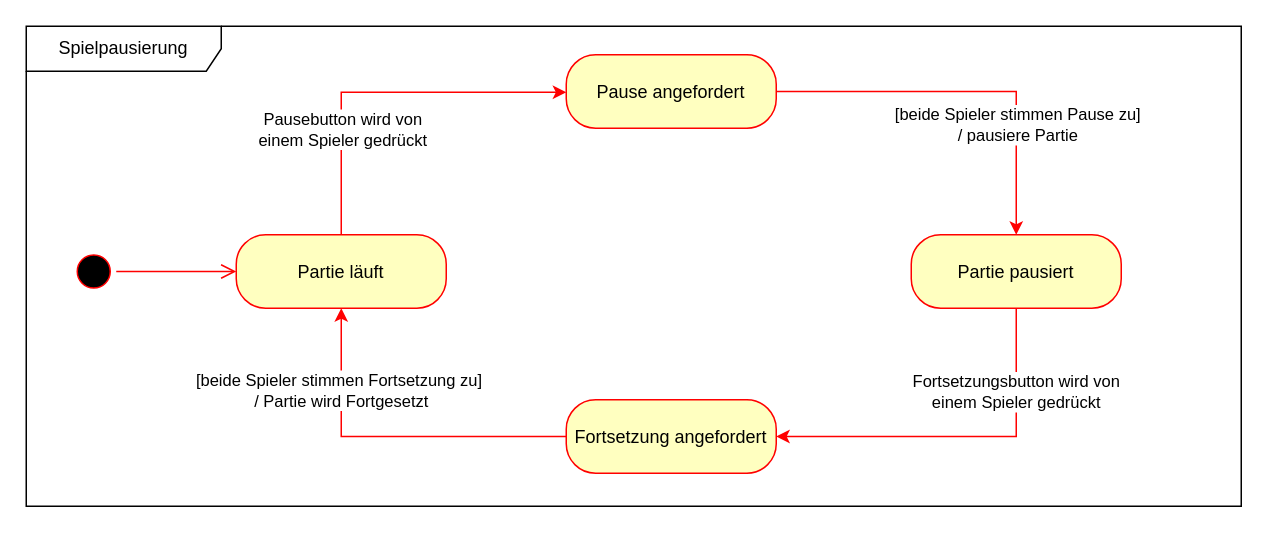
Earlier version of the draw.io diagram page "Pausieren" (4 of 4) of Documentation/Models/milestone2_diagrams.drawio (LeverageAlex/DuneRTS). Source tidied: cells renumbered, new cells numbered last; positions are measured from the earlier drawing's top-left corner, leaving out a move shared by most shapes. Both pictures are drawn from the tidied source at 150%, with x=0, y=0 at pixel (26, 26).
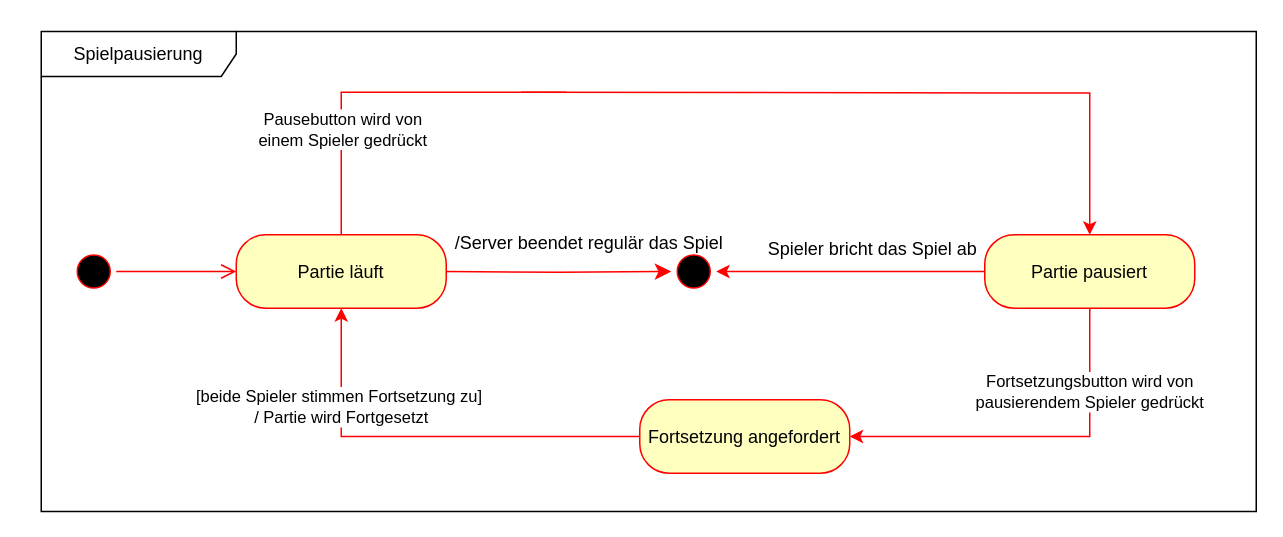
After the change.

The change refers to these unchanged cells:
```xml
<mxCell id="4" value="Partie läuft" style="rounded=1;whiteSpace=wrap;html=1;arcSize=40;fontColor=#000000;fillColor=#ffffc0;strokeColor=#ff0000;shadow=0;" parent="1" vertex="1">
  <mxGeometry x="140" y="139" width="140" height="49" as="geometry" />
</mxCell>
<mxCell id="13" style="edgeStyle=orthogonalEdgeStyle;rounded=0;jettySize=auto;html=1;exitX=0.5;exitY=1;exitDx=0;exitDy=0;entryX=1;entryY=0.5;entryDx=0;entryDy=0;strokeColor=#FF0000;" parent="1" edge="1" source="15" target="12">
  <mxGeometry relative="1" as="geometry" />
</mxCell>
```

What changed in the source:
```diff
@@
-    <mxCell id="2" style="edgeStyle=orthogonalEdgeStyle;rounded=0;jettySize=auto;html=1;strokeColor=#FF0000;" parent="1" edge="1" source="4" target="9">
+    <mxCell id="2" style="edgeStyle=orthogonalEdgeStyle;rounded=0;jettySize=auto;html=1;strokeColor=#FF0000;endArrow=none;endFill=0;" parent="1" edge="1" source="4">
       <mxGeometry relative="1" as="geometry">
+        <mxPoint x="360" y="44" as="targetPoint" />
         <Array as="points">
           <mxPoint x="210" y="44" />
         </Array>
       </mxGeometry>
     </mxCell>
@@
-    <mxCell id="7" style="edgeStyle=orthogonalEdgeStyle;rounded=0;jettySize=auto;html=1;strokeColor=#FF0000;" parent="1" edge="1" source="9" target="15">
-      <mxGeometry relative="1" as="geometry" />
+    <mxCell id="7" style="edgeStyle=orthogonalEdgeStyle;rounded=0;jettySize=auto;html=1;strokeColor=#FF0000;" parent="1" edge="1" target="15">
+      <mxGeometry relative="1" as="geometry">
+        <mxPoint x="330" y="44" as="sourcePoint" />
+      </mxGeometry>
     </mxCell>
-    <mxCell id="8" value="[beide Spieler stimmen Pause zu] &lt;br&gt;/ pausiere Partie" style="edgeLabel;html=1;align=center;verticalAlign=middle;" parent="7" vertex="1">
-      <mxGeometry x="0.42" relative="1" as="geometry">
-        <mxPoint y="1" as="offset" />
-      </mxGeometry>
-    </mxCell>
-    <mxCell id="9" value="Pause angefordert" style="rounded=1;whiteSpace=wrap;html=1;arcSize=40;fontColor=#000000;fillColor=#ffffc0;strokeColor=#ff0000;shadow=0;" parent="1" vertex="1">
-      <mxGeometry x="360" y="19" width="140" height="49" as="geometry" />
-    </mxCell>
@@
     <mxCell id="12" value="Fortsetzung angefordert" style="rounded=1;whiteSpace=wrap;html=1;arcSize=40;fontColor=#000000;fillColor=#ffffc0;strokeColor=#ff0000;shadow=0;" parent="1" vertex="1">
-      <mxGeometry x="360" y="249" width="140" height="49" as="geometry" />
+      <mxGeometry x="409" y="249" width="140" height="49" as="geometry" />
     </mxCell>
@@
-    <mxCell id="14" value="Fortsetzungsbutton wird von &lt;br&gt;einem Spieler gedrückt" style="edgeLabel;html=1;align=center;verticalAlign=middle;" parent="13" vertex="1">
+    <mxCell id="14" value="Fortsetzungsbutton wird von &lt;br&gt;pausierendem Spieler gedrückt" style="edgeLabel;html=1;align=center;verticalAlign=middle;" parent="13" vertex="1">
       <mxGeometry x="-0.55" y="-1" relative="1" as="geometry" />
     </mxCell>
     <mxCell id="15" value="Partie pausiert" style="rounded=1;whiteSpace=wrap;html=1;arcSize=40;fontColor=#000000;fillColor=#ffffc0;strokeColor=#ff0000;shadow=0;" parent="1" vertex="1">
-      <mxGeometry x="590" y="139" width="140" height="49" as="geometry" />
+      <mxGeometry x="639" y="139" width="140" height="49" as="geometry" />
     </mxCell>
     <mxCell id="16" value="Spielpausierung" style="shape=umlFrame;whiteSpace=wrap;html=1;rounded=1;shadow=0;strokeColor=#000000;fillColor=default;gradientColor=none;width=130;height=30;" parent="1" vertex="1">
-      <mxGeometry width="810" height="320" as="geometry" />
+      <mxGeometry x="10" y="3.5" width="810" height="320" as="geometry" />
     </mxCell>
+    <mxCell id="17" style="edgeStyle=orthogonalEdgeStyle;html=1;verticalAlign=bottom;endArrow=classic;endSize=8;strokeColor=#ff0000;rounded=0;endFill=1;entryX=0;entryY=0.5;entryDx=0;entryDy=0;" parent="1" edge="1" target="18">
+      <mxGeometry relative="1" as="geometry">
+        <mxPoint x="280" y="163.5" as="sourcePoint" />
+      </mxGeometry>
+    </mxCell>
+    <mxCell id="18" style="ellipse;html=1;shape=startState;fillColor=#000000;strokeColor=#ff0000;rounded=1;shadow=0;" parent="1" vertex="1">
+      <mxGeometry x="430" y="148.5" width="30" height="30" as="geometry" />
+    </mxCell>
+    <mxCell id="19" style="edgeStyle=orthogonalEdgeStyle;html=1;verticalAlign=bottom;endArrow=none;endSize=8;strokeColor=#ff0000;rounded=0;exitX=1;exitY=0.5;exitDx=0;exitDy=0;endFill=0;startArrow=classic;startFill=1;" parent="1" edge="1" source="18">
+      <mxGeometry relative="1" as="geometry">
+        <mxPoint x="639" y="163.5" as="targetPoint" />
+      </mxGeometry>
+    </mxCell>
+    <mxCell id="20" value="Spieler bricht das Spiel ab" style="text;html=1;align=center;verticalAlign=middle;strokeColor=none;fillColor=none;" parent="1" vertex="1">
+      <mxGeometry x="489" y="139" width="150" height="20" as="geometry" />
+    </mxCell>
+    <mxCell id="21" value="/Server beendet regulär das Spiel" style="text;html=1;align=center;verticalAlign=middle;strokeColor=none;fillColor=none;" parent="1" vertex="1">
+      <mxGeometry x="280" y="135" width="190" height="20" as="geometry" />
+    </mxCell>
```
